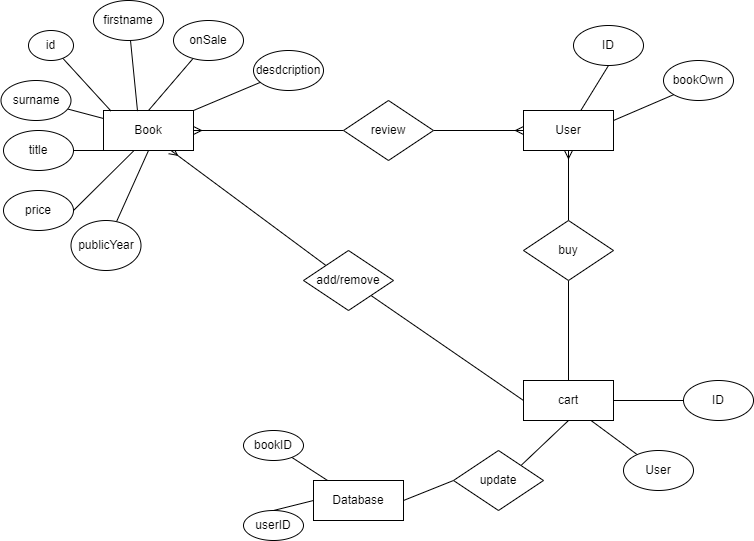
This is Playground.drawio.png from GookGai/SAD, a draw.io export, as it was before one commit. Source tidied: cells renumbered, new cells last; positions are measured from the earlier drawing's top-left corner, leaving out a move shared by most shapes. Source of this version:
```xml
<mxGraphModel>
  <root>
    <mxCell id="0" />
    <mxCell id="1" parent="0" />
    <mxCell id="2" style="edgeStyle=none;rounded=0;jettySize=auto;html=1;exitX=1;exitY=0.5;exitDx=0;exitDy=0;entryX=0;entryY=0.5;entryDx=0;entryDy=0;endArrow=none;endFill=0;startArrow=ERmany;startFill=0;" parent="1" edge="1" source="4" target="33">
      <mxGeometry relative="1" as="geometry" />
    </mxCell>
    <mxCell id="3" style="edgeStyle=none;rounded=0;jettySize=auto;html=1;exitX=0.75;exitY=1;exitDx=0;exitDy=0;entryX=0;entryY=0;entryDx=0;entryDy=0;endArrow=none;endFill=0;startArrow=ERmany;startFill=0;" parent="1" edge="1" source="4" target="35">
      <mxGeometry relative="1" as="geometry" />
    </mxCell>
    <mxCell id="4" value="Book" style="rounded=0;whiteSpace=wrap;html=1;" parent="1" vertex="1">
      <mxGeometry x="102" y="110" width="90" height="40" as="geometry" />
    </mxCell>
    <mxCell id="5" style="edgeStyle=none;rounded=0;jettySize=auto;html=1;exitX=0.5;exitY=1;exitDx=0;exitDy=0;entryX=0.5;entryY=0;entryDx=0;entryDy=0;endArrow=none;endFill=0;startArrow=ERmany;startFill=0;" parent="1" edge="1" source="6" target="37">
      <mxGeometry relative="1" as="geometry" />
    </mxCell>
    <mxCell id="6" value="User" style="rounded=0;whiteSpace=wrap;html=1;" parent="1" vertex="1">
      <mxGeometry x="522" y="110" width="90" height="40" as="geometry" />
    </mxCell>
    <mxCell id="7" style="rounded=0;jettySize=auto;html=1;entryX=0.084;entryY=0.015;entryDx=0;entryDy=0;entryPerimeter=0;endArrow=none;endFill=0;" parent="1" edge="1" source="8" target="4">
      <mxGeometry relative="1" as="geometry" />
    </mxCell>
    <mxCell id="8" value="id" style="ellipse;whiteSpace=wrap;html=1;" parent="1" vertex="1">
      <mxGeometry x="27" y="30" width="45" height="30" as="geometry" />
    </mxCell>
    <mxCell id="9" style="rounded=0;jettySize=auto;html=1;entryX=0.378;entryY=0.015;entryDx=0;entryDy=0;endArrow=none;endFill=0;entryPerimeter=0;" parent="1" edge="1" source="10" target="4">
      <mxGeometry relative="1" as="geometry" />
    </mxCell>
    <mxCell id="10" value="firstname" style="ellipse;whiteSpace=wrap;html=1;" parent="1" vertex="1">
      <mxGeometry x="92" width="70" height="40" as="geometry" />
    </mxCell>
    <mxCell id="11" style="edgeStyle=none;rounded=0;jettySize=auto;html=1;endArrow=none;endFill=0;" parent="1" edge="1" source="12" target="4">
      <mxGeometry relative="1" as="geometry" />
    </mxCell>
    <mxCell id="12" value="surname" style="ellipse;whiteSpace=wrap;html=1;" parent="1" vertex="1">
      <mxGeometry x="-0.5" y="80" width="70" height="40" as="geometry" />
    </mxCell>
    <mxCell id="13" style="edgeStyle=orthogonalEdgeStyle;rounded=0;jettySize=auto;html=1;exitX=1;exitY=0.5;exitDx=0;exitDy=0;entryX=0;entryY=0.75;entryDx=0;entryDy=0;endArrow=none;endFill=0;" parent="1" edge="1" source="14" target="4">
      <mxGeometry relative="1" as="geometry" />
    </mxCell>
    <mxCell id="14" value="title" style="ellipse;whiteSpace=wrap;html=1;" parent="1" vertex="1">
      <mxGeometry x="2" y="130" width="70" height="40" as="geometry" />
    </mxCell>
    <mxCell id="15" style="edgeStyle=none;rounded=0;jettySize=auto;html=1;exitX=1;exitY=0.5;exitDx=0;exitDy=0;entryX=0.333;entryY=1.015;entryDx=0;entryDy=0;entryPerimeter=0;endArrow=none;endFill=0;" parent="1" edge="1" source="16" target="4">
      <mxGeometry relative="1" as="geometry" />
    </mxCell>
    <mxCell id="16" value="price" style="ellipse;whiteSpace=wrap;html=1;" parent="1" vertex="1">
      <mxGeometry x="2" y="190" width="70" height="40" as="geometry" />
    </mxCell>
    <mxCell id="17" style="rounded=0;jettySize=auto;html=1;entryX=0.5;entryY=0;entryDx=0;entryDy=0;endArrow=none;endFill=0;" parent="1" edge="1" source="18" target="4">
      <mxGeometry relative="1" as="geometry" />
    </mxCell>
    <mxCell id="18" value="onSale" style="ellipse;whiteSpace=wrap;html=1;" parent="1" vertex="1">
      <mxGeometry x="172" y="20" width="70" height="40" as="geometry" />
    </mxCell>
    <mxCell id="19" style="edgeStyle=none;rounded=0;jettySize=auto;html=1;entryX=0.5;entryY=1;entryDx=0;entryDy=0;endArrow=none;endFill=0;" parent="1" edge="1" source="20" target="4">
      <mxGeometry relative="1" as="geometry" />
    </mxCell>
    <mxCell id="20" value="publicYear" style="ellipse;whiteSpace=wrap;html=1;" parent="1" vertex="1">
      <mxGeometry x="69.5" y="220" width="70" height="50" as="geometry" />
    </mxCell>
    <mxCell id="21" style="rounded=0;jettySize=auto;html=1;entryX=1;entryY=0;entryDx=0;entryDy=0;endArrow=none;endFill=0;" parent="1" edge="1" source="22" target="4">
      <mxGeometry relative="1" as="geometry" />
    </mxCell>
    <mxCell id="22" value="desdcription" style="ellipse;whiteSpace=wrap;html=1;" parent="1" vertex="1">
      <mxGeometry x="252" y="50" width="70" height="40" as="geometry" />
    </mxCell>
    <mxCell id="23" style="edgeStyle=none;rounded=0;jettySize=auto;html=1;exitX=0.5;exitY=1;exitDx=0;exitDy=0;endArrow=none;endFill=0;" parent="1" edge="1" source="24" target="6">
      <mxGeometry relative="1" as="geometry" />
    </mxCell>
    <mxCell id="24" value="ID" style="ellipse;whiteSpace=wrap;html=1;" parent="1" vertex="1">
      <mxGeometry x="572" y="25" width="70" height="40" as="geometry" />
    </mxCell>
    <mxCell id="25" style="edgeStyle=none;rounded=0;jettySize=auto;html=1;exitX=0;exitY=1;exitDx=0;exitDy=0;entryX=1;entryY=0.25;entryDx=0;entryDy=0;endArrow=none;endFill=0;" parent="1" edge="1" source="26" target="6">
      <mxGeometry relative="1" as="geometry" />
    </mxCell>
    <mxCell id="26" value="bookOwn" style="ellipse;whiteSpace=wrap;html=1;" parent="1" vertex="1">
      <mxGeometry x="662" y="60" width="70" height="40" as="geometry" />
    </mxCell>
    <mxCell id="27" value="cart" style="rounded=0;whiteSpace=wrap;html=1;" parent="1" vertex="1">
      <mxGeometry x="522" y="380" width="90" height="40" as="geometry" />
    </mxCell>
    <mxCell id="28" style="edgeStyle=none;rounded=0;jettySize=auto;html=1;entryX=1;entryY=0.5;entryDx=0;entryDy=0;endArrow=none;endFill=0;" parent="1" edge="1" source="29" target="27">
      <mxGeometry relative="1" as="geometry" />
    </mxCell>
    <mxCell id="29" value="ID" style="ellipse;whiteSpace=wrap;html=1;" parent="1" vertex="1">
      <mxGeometry x="682" y="380" width="70" height="40" as="geometry" />
    </mxCell>
    <mxCell id="30" style="edgeStyle=none;rounded=0;jettySize=auto;html=1;entryX=0.75;entryY=1;entryDx=0;entryDy=0;endArrow=none;endFill=0;" parent="1" edge="1" source="31" target="27">
      <mxGeometry relative="1" as="geometry" />
    </mxCell>
    <mxCell id="31" value="User" style="ellipse;whiteSpace=wrap;html=1;" parent="1" vertex="1">
      <mxGeometry x="622" y="450" width="70" height="40" as="geometry" />
    </mxCell>
    <mxCell id="32" style="edgeStyle=none;rounded=0;jettySize=auto;html=1;exitX=1;exitY=0.5;exitDx=0;exitDy=0;entryX=0;entryY=0.5;entryDx=0;entryDy=0;endArrow=ERmany;endFill=0;" parent="1" edge="1" source="33" target="6">
      <mxGeometry relative="1" as="geometry" />
    </mxCell>
    <mxCell id="33" value="review" style="rhombus;whiteSpace=wrap;html=1;" parent="1" vertex="1">
      <mxGeometry x="342" y="100" width="90" height="60" as="geometry" />
    </mxCell>
    <mxCell id="34" style="edgeStyle=none;rounded=0;jettySize=auto;html=1;exitX=1;exitY=1;exitDx=0;exitDy=0;entryX=0;entryY=0.5;entryDx=0;entryDy=0;endArrow=none;endFill=0;" parent="1" edge="1" source="35" target="27">
      <mxGeometry relative="1" as="geometry" />
    </mxCell>
    <mxCell id="35" value="add/remove" style="rhombus;whiteSpace=wrap;html=1;" parent="1" vertex="1">
      <mxGeometry x="302" y="250" width="90" height="60" as="geometry" />
    </mxCell>
    <mxCell id="36" style="edgeStyle=none;rounded=0;jettySize=auto;html=1;exitX=0.5;exitY=1;exitDx=0;exitDy=0;entryX=0.5;entryY=0;entryDx=0;entryDy=0;endArrow=none;endFill=0;" parent="1" edge="1" source="37" target="27">
      <mxGeometry relative="1" as="geometry" />
    </mxCell>
    <mxCell id="37" value="buy" style="rhombus;whiteSpace=wrap;html=1;" parent="1" vertex="1">
      <mxGeometry x="522" y="220" width="90" height="60" as="geometry" />
    </mxCell>
    <mxCell id="38" style="edgeStyle=none;rounded=0;jettySize=auto;html=1;exitX=1;exitY=0.5;exitDx=0;exitDy=0;entryX=0;entryY=0.5;entryDx=0;entryDy=0;startArrow=none;startFill=0;endArrow=none;endFill=0;" parent="1" edge="1" source="39" target="41">
      <mxGeometry relative="1" as="geometry" />
    </mxCell>
    <mxCell id="39" value="Database" style="rounded=0;whiteSpace=wrap;html=1;" parent="1" vertex="1">
      <mxGeometry x="312" y="480" width="90" height="40" as="geometry" />
    </mxCell>
    <mxCell id="40" style="edgeStyle=none;rounded=0;jettySize=auto;html=1;exitX=1;exitY=0;exitDx=0;exitDy=0;entryX=0.5;entryY=1;entryDx=0;entryDy=0;startArrow=none;startFill=0;endArrow=none;endFill=0;" parent="1" edge="1" source="41" target="27">
      <mxGeometry relative="1" as="geometry" />
    </mxCell>
    <mxCell id="41" value="update" style="rhombus;whiteSpace=wrap;html=1;" parent="1" vertex="1">
      <mxGeometry x="452" y="450" width="90" height="60" as="geometry" />
    </mxCell>
    <mxCell id="42" style="edgeStyle=none;rounded=0;jettySize=auto;html=1;startArrow=none;startFill=0;endArrow=none;endFill=0;" parent="1" edge="1" source="43" target="39">
      <mxGeometry relative="1" as="geometry" />
    </mxCell>
    <mxCell id="43" value="bookID" style="ellipse;whiteSpace=wrap;html=1;" parent="1" vertex="1">
      <mxGeometry x="242" y="430" width="60" height="30" as="geometry" />
    </mxCell>
    <mxCell id="44" style="edgeStyle=none;rounded=0;jettySize=auto;html=1;exitX=0.5;exitY=0;exitDx=0;exitDy=0;entryX=0;entryY=0.5;entryDx=0;entryDy=0;startArrow=none;startFill=0;endArrow=none;endFill=0;" parent="1" edge="1" source="45" target="39">
      <mxGeometry relative="1" as="geometry" />
    </mxCell>
    <mxCell id="45" value="userID" style="ellipse;whiteSpace=wrap;html=1;" parent="1" vertex="1">
      <mxGeometry x="242" y="510" width="60" height="30" as="geometry" />
    </mxCell>
  </root>
</mxGraphModel>
```
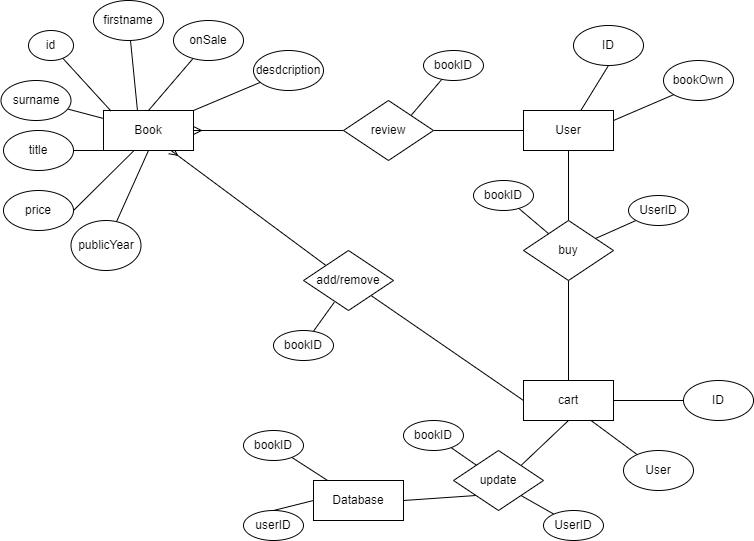
Above is the later version.

The edit, as a diff of the source:
```diff
@@ -11,7 +11,7 @@
     <mxCell id="4" value="Book" style="rounded=0;whiteSpace=wrap;html=1;" parent="1" vertex="1">
       <mxGeometry x="102" y="110" width="90" height="40" as="geometry" />
     </mxCell>
-    <mxCell id="5" style="edgeStyle=none;rounded=0;jettySize=auto;html=1;exitX=0.5;exitY=1;exitDx=0;exitDy=0;entryX=0.5;entryY=0;entryDx=0;entryDy=0;endArrow=none;endFill=0;startArrow=ERmany;startFill=0;" parent="1" edge="1" source="6" target="37">
+    <mxCell id="5" style="edgeStyle=none;rounded=0;jettySize=auto;html=1;exitX=0.5;exitY=1;exitDx=0;exitDy=0;entryX=0.5;entryY=0;entryDx=0;entryDy=0;endArrow=none;endFill=0;startArrow=none;startFill=0;" parent="1" edge="1" source="6" target="37">
       <mxGeometry relative="1" as="geometry" />
     </mxCell>
     <mxCell id="6" value="User" style="rounded=0;whiteSpace=wrap;html=1;" parent="1" vertex="1">
@@ -92,7 +92,7 @@
     <mxCell id="31" value="User" style="ellipse;whiteSpace=wrap;html=1;" parent="1" vertex="1">
       <mxGeometry x="622" y="450" width="70" height="40" as="geometry" />
     </mxCell>
-    <mxCell id="32" style="edgeStyle=none;rounded=0;jettySize=auto;html=1;exitX=1;exitY=0.5;exitDx=0;exitDy=0;entryX=0;entryY=0.5;entryDx=0;entryDy=0;endArrow=ERmany;endFill=0;" parent="1" edge="1" source="33" target="6">
+    <mxCell id="32" style="edgeStyle=none;rounded=0;jettySize=auto;html=1;exitX=1;exitY=0.5;exitDx=0;exitDy=0;entryX=0;entryY=0.5;entryDx=0;entryDy=0;endArrow=none;endFill=0;" parent="1" edge="1" source="33" target="6">
       <mxGeometry relative="1" as="geometry" />
     </mxCell>
     <mxCell id="33" value="review" style="rhombus;whiteSpace=wrap;html=1;" parent="1" vertex="1">
@@ -110,7 +110,7 @@
     <mxCell id="37" value="buy" style="rhombus;whiteSpace=wrap;html=1;" parent="1" vertex="1">
       <mxGeometry x="522" y="220" width="90" height="60" as="geometry" />
     </mxCell>
-    <mxCell id="38" style="edgeStyle=none;rounded=0;jettySize=auto;html=1;exitX=1;exitY=0.5;exitDx=0;exitDy=0;entryX=0;entryY=0.5;entryDx=0;entryDy=0;startArrow=none;startFill=0;endArrow=none;endFill=0;" parent="1" edge="1" source="39" target="41">
+    <mxCell id="38" style="edgeStyle=none;rounded=0;jettySize=auto;html=1;exitX=1;exitY=0.5;exitDx=0;exitDy=0;entryX=0;entryY=1;entryDx=0;entryDy=0;startArrow=none;startFill=0;endArrow=none;endFill=0;" parent="1" edge="1" source="39" target="41">
       <mxGeometry relative="1" as="geometry" />
     </mxCell>
     <mxCell id="39" value="Database" style="rounded=0;whiteSpace=wrap;html=1;" parent="1" vertex="1">
@@ -134,5 +134,41 @@
     <mxCell id="45" value="userID" style="ellipse;whiteSpace=wrap;html=1;" parent="1" vertex="1">
       <mxGeometry x="242" y="510" width="60" height="30" as="geometry" />
     </mxCell>
+    <mxCell id="46" style="edgeStyle=none;rounded=0;jettySize=auto;html=1;entryX=0.342;entryY=0.863;entryDx=0;entryDy=0;entryPerimeter=0;startArrow=none;startFill=0;endArrow=none;endFill=0;" parent="1" edge="1" source="47" target="35">
+      <mxGeometry relative="1" as="geometry" />
+    </mxCell>
+    <mxCell id="47" value="bookID" style="ellipse;whiteSpace=wrap;html=1;" parent="1" vertex="1">
+      <mxGeometry x="272" y="330" width="60" height="30" as="geometry" />
+    </mxCell>
+    <mxCell id="48" style="edgeStyle=none;rounded=0;jettySize=auto;html=1;entryX=1;entryY=0;entryDx=0;entryDy=0;startArrow=none;startFill=0;endArrow=none;endFill=0;" parent="1" edge="1" source="49" target="33">
+      <mxGeometry relative="1" as="geometry" />
+    </mxCell>
+    <mxCell id="49" value="bookID" style="ellipse;whiteSpace=wrap;html=1;" parent="1" vertex="1">
+      <mxGeometry x="422" y="50" width="60" height="30" as="geometry" />
+    </mxCell>
+    <mxCell id="50" style="edgeStyle=none;rounded=0;jettySize=auto;html=1;startArrow=none;startFill=0;endArrow=none;endFill=0;" parent="1" edge="1" source="51" target="41">
+      <mxGeometry relative="1" as="geometry" />
+    </mxCell>
+    <mxCell id="51" value="bookID" style="ellipse;whiteSpace=wrap;html=1;" parent="1" vertex="1">
+      <mxGeometry x="402" y="420" width="60" height="30" as="geometry" />
+    </mxCell>
+    <mxCell id="52" style="edgeStyle=none;rounded=0;jettySize=auto;html=1;entryX=1;entryY=1;entryDx=0;entryDy=0;startArrow=none;startFill=0;endArrow=none;endFill=0;" parent="1" edge="1" source="53" target="41">
+      <mxGeometry relative="1" as="geometry" />
+    </mxCell>
+    <mxCell id="53" value="UserID" style="ellipse;whiteSpace=wrap;html=1;" parent="1" vertex="1">
+      <mxGeometry x="542" y="510" width="60" height="30" as="geometry" />
+    </mxCell>
+    <mxCell id="54" style="edgeStyle=none;rounded=0;jettySize=auto;html=1;startArrow=none;startFill=0;endArrow=none;endFill=0;" parent="1" edge="1" source="55" target="37">
+      <mxGeometry relative="1" as="geometry" />
+    </mxCell>
+    <mxCell id="55" value="UserID" style="ellipse;whiteSpace=wrap;html=1;" parent="1" vertex="1">
+      <mxGeometry x="627" y="195" width="60" height="30" as="geometry" />
+    </mxCell>
+    <mxCell id="56" style="edgeStyle=none;rounded=0;jettySize=auto;html=1;startArrow=none;startFill=0;endArrow=none;endFill=0;" parent="1" edge="1" source="57" target="37">
+      <mxGeometry relative="1" as="geometry" />
+    </mxCell>
+    <mxCell id="57" value="bookID" style="ellipse;whiteSpace=wrap;html=1;" parent="1" vertex="1">
+      <mxGeometry x="472" y="180" width="60" height="30" as="geometry" />
+    </mxCell>
   </root>
 </mxGraphModel>
```
